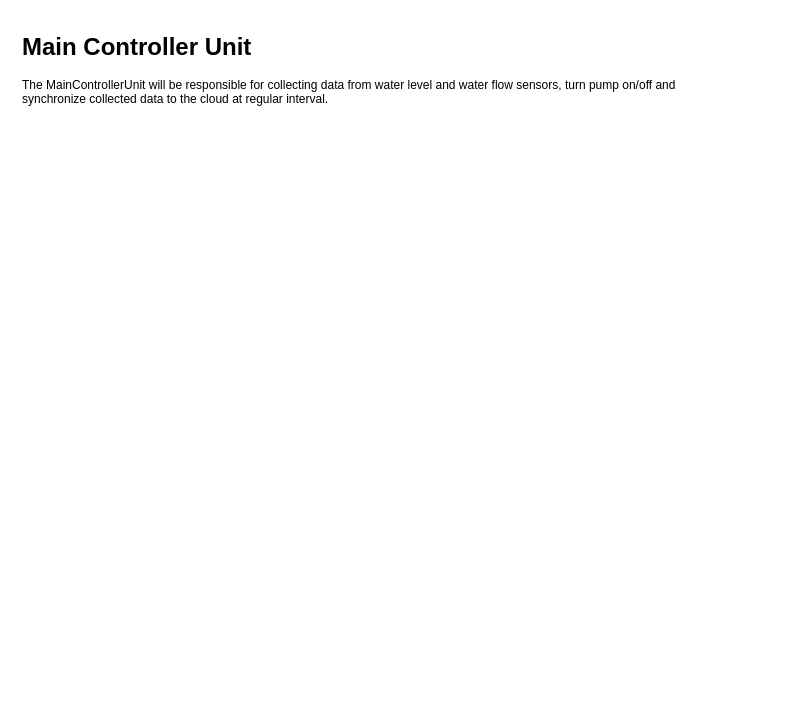
The draw.io diagram page "GatewayDevice" (3 of 3) of notes/WaterPumpMaintenance.drawio in aniruddhand/ciot-capstone, before the edit. Source tidied: cells renumbered, new cells numbered last; positions are measured from the earlier drawing's top-left corner, leaving out a move shared by most shapes. Both pictures are drawn from the tidied source at 100%, with x=0, y=0 at pixel (17, 27).
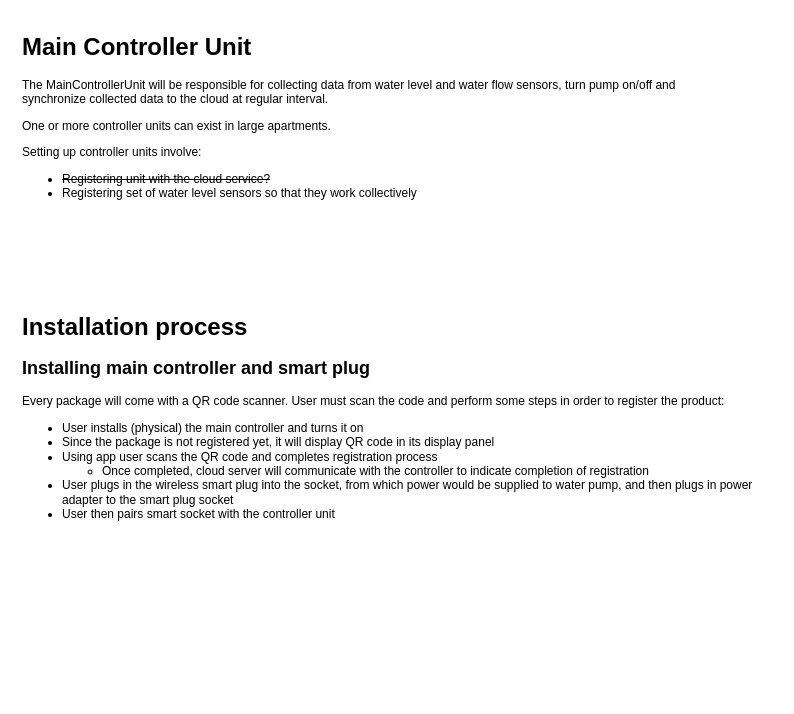
Above is the later version.

Commit message:
Adding installation procedure

The edit, as a diff of the source:
```diff
@@
 <mxGraphModel>
   <root>
     <mxCell id="0" />
     <mxCell id="1" parent="0" />
-    <mxCell id="2" value="&lt;h1&gt;Main Controller Unit&lt;/h1&gt;&lt;p&gt;The MainControllerUnit will be responsible for collecting data from water level and water flow sensors, turn pump on/off and synchronize collected data to the cloud at regular interval.&lt;br&gt;&lt;/p&gt;" style="text;html=1;strokeColor=none;fillColor=none;spacing=5;spacingTop=-20;whiteSpace=wrap;overflow=hidden;rounded=0;" parent="1" vertex="1">
-      <mxGeometry width="720" height="160" as="geometry" />
+    <mxCell id="2" value="&lt;h1&gt;Main Controller Unit&lt;/h1&gt;&lt;p&gt;The MainControllerUnit will be responsible for collecting data from water level and water flow sensors, turn pump on/off and synchronize collected data to the cloud at regular interval.&lt;/p&gt;&lt;p&gt;One or more controller units can exist in large apartments.&lt;/p&gt;&lt;p&gt;Setting up controller units involve:&lt;/p&gt;&lt;ul&gt;&lt;li&gt;&lt;strike&gt;Registering unit with the cloud service?&lt;/strike&gt;&lt;br&gt;&lt;/li&gt;&lt;li&gt;Registering set of water level sensors so that they work collectively&lt;/li&gt;&lt;/ul&gt;" style="text;html=1;strokeColor=none;fillColor=none;spacing=5;spacingTop=-20;whiteSpace=wrap;overflow=hidden;rounded=0;" parent="1" vertex="1">
+      <mxGeometry width="720" height="200" as="geometry" />
     </mxCell>
+    <mxCell id="3" value="&lt;h1&gt;Installation process&lt;/h1&gt;&lt;div&gt;&lt;h2&gt;Installing main controller and smart plug&lt;/h2&gt;&lt;/div&gt;&lt;p&gt;Every package will come with a QR code scanner. User must scan the code and perform some steps in order to register the product:&lt;/p&gt;&lt;ul&gt;&lt;li&gt;User installs (physical) the main controller and turns it on&lt;/li&gt;&lt;li&gt;Since the package is not registered yet, it will display QR code in its display panel&lt;br&gt;&lt;/li&gt;&lt;li&gt;Using app user scans the QR code and completes registration process&lt;br&gt;&lt;/li&gt;&lt;ul&gt;&lt;li&gt;Once completed, cloud server will communicate with the controller to indicate completion of registration&lt;/li&gt;&lt;/ul&gt;&lt;li&gt;User plugs in the wireless smart plug into the socket, from which power would be supplied to water pump, and then plugs in power adapter to the smart plug socket&lt;/li&gt;&lt;li&gt;User then pairs smart socket with the controller unit&lt;/li&gt;&lt;/ul&gt;" style="text;html=1;strokeColor=none;fillColor=none;spacing=5;spacingTop=-20;whiteSpace=wrap;overflow=hidden;rounded=0;" parent="1" vertex="1">
+      <mxGeometry y="280" width="760" height="390" as="geometry" />
+    </mxCell>
   </root>
 </mxGraphModel>
```
